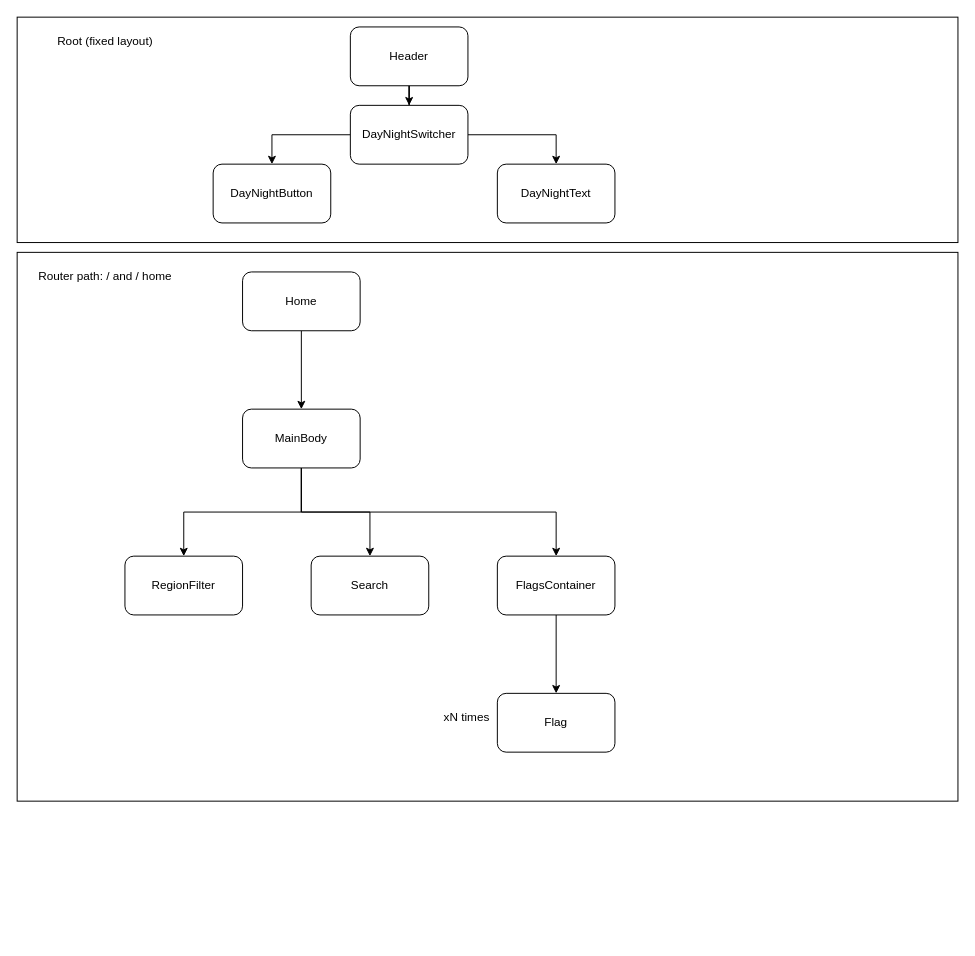
The draw.io diagram comp_architecture.drawio in aisiklar/REST_Countries_API_Project, before the edit. Source tidied: cells renumbered, new cells numbered last; positions are measured from the earlier drawing's top-left corner, leaving out a move shared by most shapes. Both pictures are drawn from the tidied source at 98%, with x=0, y=0 at pixel (17, 17).
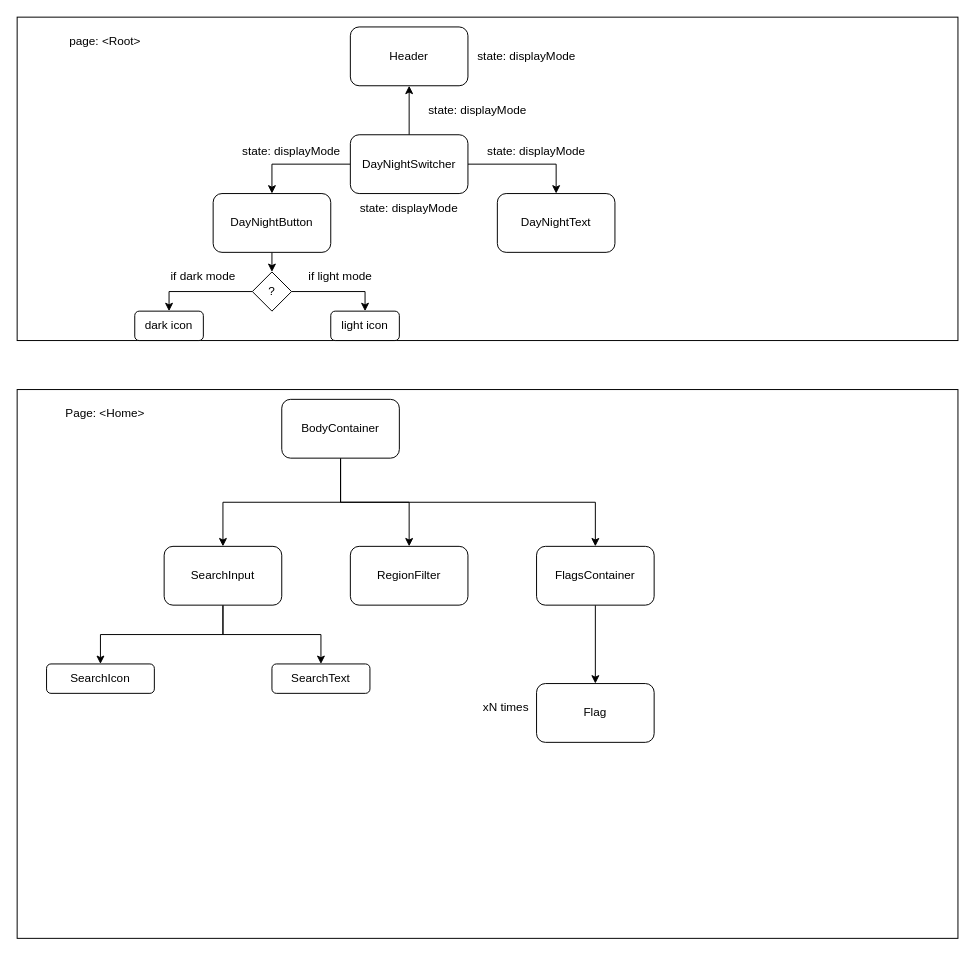
Above is the later version.

Unchanged cells that the change refers to:
```xml
<mxCell id="18" value="Header" style="whiteSpace=wrap;html=1;rounded=1;" parent="1" vertex="1">
  <mxGeometry x="340" y="10" width="120" height="60" as="geometry" />
</mxCell>
```

The edit, as a diff of the source:
```diff
@@
     <mxCell id="2" style="rounded=0;whiteSpace=wrap;html=1;" parent="1" vertex="1">
-      <mxGeometry width="960" height="230" as="geometry" />
+      <mxGeometry width="960" height="330" as="geometry" />
     </mxCell>
     <mxCell id="3" style="rounded=0;whiteSpace=wrap;html=1;" parent="1" vertex="1">
-      <mxGeometry y="240" width="960" height="560" as="geometry" />
+      <mxGeometry y="380" width="960" height="560" as="geometry" />
     </mxCell>
-    <mxCell id="4" style="edgeStyle=orthogonalEdgeStyle;rounded=0;jettySize=auto;html=1;exitX=0.5;exitY=1;exitDx=0;exitDy=0;" parent="1" edge="1" source="5" target="9">
-      <mxGeometry relative="1" as="geometry" />
-    </mxCell>
-    <mxCell id="5" value="Home" style="rounded=1;whiteSpace=wrap;html=1;" parent="1" vertex="1">
-      <mxGeometry x="230" y="260" width="120" height="60" as="geometry" />
-    </mxCell>
@@
-    <mxCell id="9" value="MainBody" style="rounded=1;whiteSpace=wrap;html=1;" parent="1" vertex="1">
-      <mxGeometry x="230" y="400" width="120" height="60" as="geometry" />
+    <mxCell id="9" value="BodyContainer" style="rounded=1;whiteSpace=wrap;html=1;" parent="1" vertex="1">
+      <mxGeometry x="270" y="390" width="120" height="60" as="geometry" />
     </mxCell>
+    <mxCell id="25" style="edgeStyle=orthogonalEdgeStyle;rounded=0;jettySize=auto;html=1;exitX=0.5;exitY=1;exitDx=0;exitDy=0;" parent="1" edge="1" source="10" target="41">
+      <mxGeometry relative="1" as="geometry" />
+    </mxCell>
+    <mxCell id="26" style="edgeStyle=orthogonalEdgeStyle;rounded=0;jettySize=auto;html=1;entryX=0.5;entryY=0;entryDx=0;entryDy=0;exitX=0.5;exitY=1;exitDx=0;exitDy=0;" parent="1" edge="1" source="10" target="42">
+      <mxGeometry relative="1" as="geometry" />
+    </mxCell>
-    <mxCell id="10" value="RegionFilter" style="rounded=1;whiteSpace=wrap;html=1;" parent="1" vertex="1">
-      <mxGeometry x="110" y="550" width="120" height="60" as="geometry" />
+    <mxCell id="10" value="SearchInput" style="rounded=1;whiteSpace=wrap;html=1;" parent="1" vertex="1">
+      <mxGeometry x="150" y="540" width="120" height="60" as="geometry" />
     </mxCell>
-    <mxCell id="11" value="Search" style="rounded=1;whiteSpace=wrap;html=1;" parent="1" vertex="1">
-      <mxGeometry x="300" y="550" width="120" height="60" as="geometry" />
+    <mxCell id="11" value="RegionFilter" style="rounded=1;whiteSpace=wrap;html=1;" parent="1" vertex="1">
+      <mxGeometry x="340" y="540" width="120" height="60" as="geometry" />
     </mxCell>
@@
     <mxCell id="13" value="FlagsContainer" style="rounded=1;whiteSpace=wrap;html=1;" parent="1" vertex="1">
-      <mxGeometry x="490" y="550" width="120" height="60" as="geometry" />
+      <mxGeometry x="530" y="540" width="120" height="60" as="geometry" />
     </mxCell>
     <mxCell id="14" value="Flag" style="whiteSpace=wrap;html=1;rounded=1;" parent="1" vertex="1">
-      <mxGeometry x="490" y="690" width="120" height="60" as="geometry" />
+      <mxGeometry x="530" y="680" width="120" height="60" as="geometry" />
     </mxCell>
     <mxCell id="15" value="xN times" style="text;html=1;strokeColor=none;fillColor=none;align=center;verticalAlign=middle;whiteSpace=wrap;rounded=0;" parent="1" vertex="1">
-      <mxGeometry x="429" y="700" width="60" height="30" as="geometry" />
+      <mxGeometry x="469" y="690" width="60" height="30" as="geometry" />
     </mxCell>
-    <mxCell id="16" value="Router path: / and / home" style="text;html=1;strokeColor=none;fillColor=none;align=center;verticalAlign=middle;whiteSpace=wrap;rounded=0;" parent="1" vertex="1">
-      <mxGeometry y="250" width="180" height="30" as="geometry" />
+    <mxCell id="16" value="Page: &amp;lt;Home&amp;gt;" style="text;html=1;strokeColor=none;fillColor=none;align=center;verticalAlign=middle;whiteSpace=wrap;rounded=0;" parent="1" vertex="1">
+      <mxGeometry y="390" width="180" height="30" as="geometry" />
     </mxCell>
-    <mxCell id="17" style="edgeStyle=orthogonalEdgeStyle;rounded=0;jettySize=auto;html=1;" parent="1" edge="1" source="18" target="21">
-      <mxGeometry relative="1" as="geometry" />
-    </mxCell>
@@
+    <mxCell id="27" style="edgeStyle=orthogonalEdgeStyle;rounded=0;jettySize=auto;html=1;entryX=0.5;entryY=1;entryDx=0;entryDy=0;" parent="1" edge="1" source="21" target="18">
+      <mxGeometry relative="1" as="geometry" />
+    </mxCell>
     <mxCell id="21" value="DayNightSwitcher" style="whiteSpace=wrap;html=1;rounded=1;" parent="1" vertex="1">
-      <mxGeometry x="340" y="90" width="120" height="60" as="geometry" />
+      <mxGeometry x="340" y="120" width="120" height="60" as="geometry" />
     </mxCell>
+    <mxCell id="28" style="edgeStyle=orthogonalEdgeStyle;rounded=0;jettySize=auto;html=1;exitX=0.5;exitY=1;exitDx=0;exitDy=0;entryX=0.5;entryY=0;entryDx=0;entryDy=0;" parent="1" edge="1" source="22" target="31">
+      <mxGeometry relative="1" as="geometry" />
+    </mxCell>
     <mxCell id="22" value="DayNightButton" style="whiteSpace=wrap;html=1;rounded=1;" parent="1" vertex="1">
-      <mxGeometry x="200" y="150" width="120" height="60" as="geometry" />
+      <mxGeometry x="200" y="180" width="120" height="60" as="geometry" />
     </mxCell>
     <mxCell id="23" value="DayNightText" style="whiteSpace=wrap;html=1;rounded=1;" parent="1" vertex="1">
-      <mxGeometry x="490" y="150" width="120" height="60" as="geometry" />
+      <mxGeometry x="490" y="180" width="120" height="60" as="geometry" />
     </mxCell>
-    <mxCell id="24" value="Root (fixed layout)" style="text;html=1;strokeColor=none;fillColor=none;align=center;verticalAlign=middle;whiteSpace=wrap;rounded=0;" parent="1" vertex="1">
+    <mxCell id="24" value="page: &amp;lt;Root&amp;gt;" style="text;html=1;strokeColor=none;fillColor=none;align=center;verticalAlign=middle;whiteSpace=wrap;rounded=0;" parent="1" vertex="1">
       <mxGeometry y="10" width="180" height="30" as="geometry" />
     </mxCell>
+    <mxCell id="29" style="edgeStyle=orthogonalEdgeStyle;rounded=0;jettySize=auto;html=1;exitX=0;exitY=0.5;exitDx=0;exitDy=0;entryX=0.5;entryY=0;entryDx=0;entryDy=0;" parent="1" edge="1" source="31" target="32">
+      <mxGeometry relative="1" as="geometry" />
+    </mxCell>
+    <mxCell id="30" style="edgeStyle=orthogonalEdgeStyle;rounded=0;jettySize=auto;html=1;exitX=1;exitY=0.5;exitDx=0;exitDy=0;entryX=0.5;entryY=0;entryDx=0;entryDy=0;" parent="1" edge="1" source="31" target="33">
+      <mxGeometry relative="1" as="geometry" />
+    </mxCell>
+    <mxCell id="31" value="?" style="rhombus;whiteSpace=wrap;html=1;" parent="1" vertex="1">
+      <mxGeometry x="240" y="260" width="40" height="40" as="geometry" />
+    </mxCell>
+    <mxCell id="32" value="dark icon" style="rounded=1;whiteSpace=wrap;html=1;" parent="1" vertex="1">
+      <mxGeometry x="120" y="300" width="70" height="30" as="geometry" />
+    </mxCell>
+    <mxCell id="33" value="light icon" style="rounded=1;whiteSpace=wrap;html=1;" parent="1" vertex="1">
+      <mxGeometry x="320" y="300" width="70" height="30" as="geometry" />
+    </mxCell>
+    <mxCell id="34" value="state: displayMode" style="text;html=1;strokeColor=none;fillColor=none;align=center;verticalAlign=middle;whiteSpace=wrap;rounded=0;" parent="1" vertex="1">
+      <mxGeometry x="410" y="80" width="120" height="30" as="geometry" />
+    </mxCell>
+    <mxCell id="35" value="state: displayMode" style="text;html=1;strokeColor=none;fillColor=none;align=center;verticalAlign=middle;whiteSpace=wrap;rounded=0;" parent="1" vertex="1">
+      <mxGeometry x="220" y="122" width="120" height="30" as="geometry" />
+    </mxCell>
+    <mxCell id="36" value="state: displayMode" style="text;html=1;strokeColor=none;fillColor=none;align=center;verticalAlign=middle;whiteSpace=wrap;rounded=0;" parent="1" vertex="1">
+      <mxGeometry x="470" y="122" width="120" height="30" as="geometry" />
+    </mxCell>
+    <mxCell id="37" value="state: displayMode" style="text;html=1;strokeColor=none;fillColor=none;align=center;verticalAlign=middle;whiteSpace=wrap;rounded=0;" parent="1" vertex="1">
+      <mxGeometry x="340" y="180" width="120" height="30" as="geometry" />
+    </mxCell>
+    <mxCell id="38" value="state: displayMode" style="text;html=1;strokeColor=none;fillColor=none;align=center;verticalAlign=middle;whiteSpace=wrap;rounded=0;" parent="1" vertex="1">
+      <mxGeometry x="460" y="25" width="120" height="30" as="geometry" />
+    </mxCell>
+    <mxCell id="39" value="if light mode" style="text;html=1;strokeColor=none;fillColor=none;align=center;verticalAlign=middle;whiteSpace=wrap;rounded=0;" parent="1" vertex="1">
+      <mxGeometry x="270" y="250" width="120" height="30" as="geometry" />
+    </mxCell>
+    <mxCell id="40" value="if dark mode" style="text;html=1;strokeColor=none;fillColor=none;align=center;verticalAlign=middle;whiteSpace=wrap;rounded=0;" parent="1" vertex="1">
+      <mxGeometry x="130" y="250" width="120" height="30" as="geometry" />
+    </mxCell>
+    <mxCell id="41" value="SearchIcon" style="rounded=1;whiteSpace=wrap;html=1;" parent="1" vertex="1">
+      <mxGeometry x="30" y="660" width="110" height="30" as="geometry" />
+    </mxCell>
+    <mxCell id="42" value="SearchText" style="rounded=1;whiteSpace=wrap;html=1;" parent="1" vertex="1">
+      <mxGeometry x="260" y="660" width="100" height="30" as="geometry" />
+    </mxCell>
```
